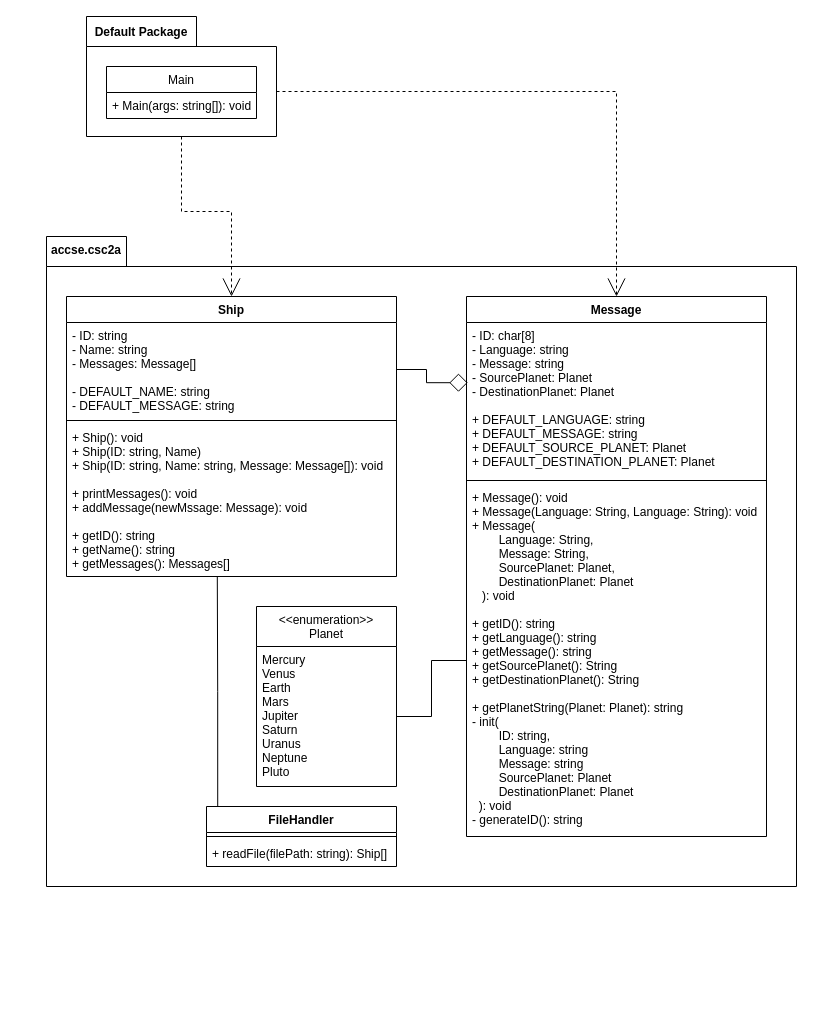
Earlier version of the draw.io diagram docs/UML.drawio (ThaBeanBoy/UJ_CSC2A_P03). Source tidied: cells renumbered, new cells numbered last; positions are measured from the earlier drawing's top-left corner, leaving out a move shared by most shapes. Both pictures are drawn from the tidied source at 100%, with x=0, y=0 at pixel (46, 16).
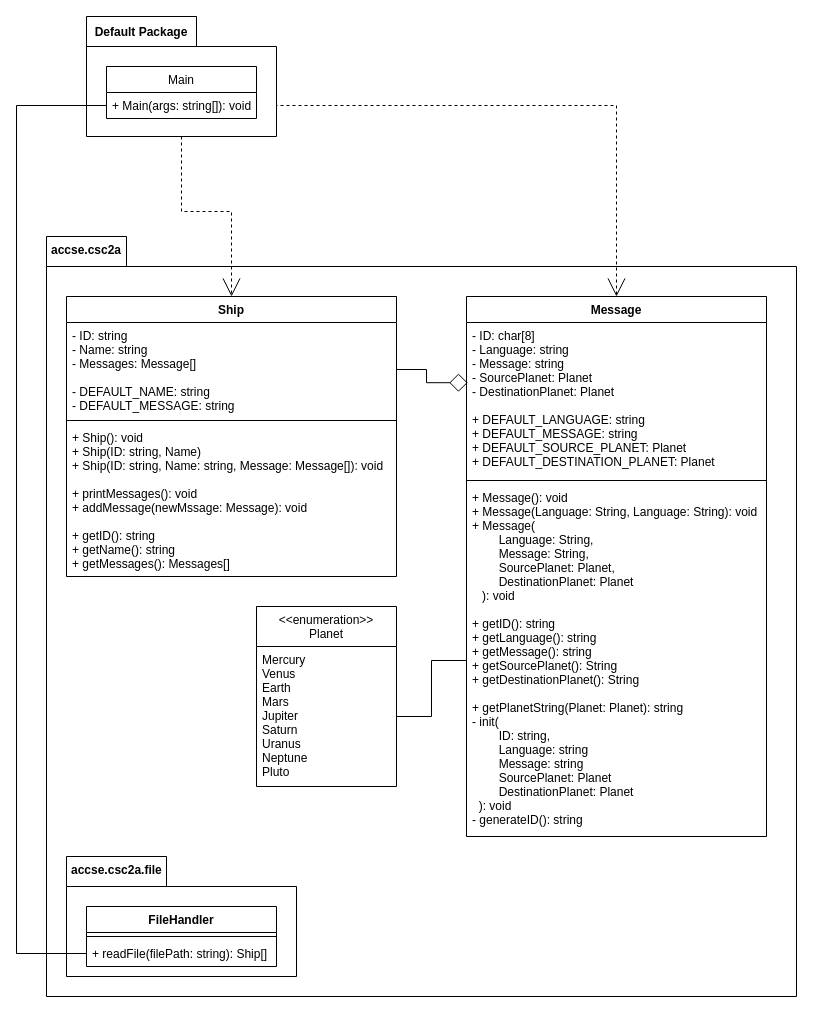
After the change.

The change refers to these unchanged cells:
```xml
<mxCell id="6" value="+ Ship(): void&#10;+ Ship(ID: string, Name)&#10;+ Ship(ID: string, Name: string, Message: Message[]): void&#10;&#10;+ printMessages(): void&#10;+ addMessage(newMssage: Message): void&#10;&#10;+ getID(): string&#10;+ getName(): string&#10;+ getMessages(): Messages[]" style="text;strokeColor=none;fillColor=none;align=left;verticalAlign=top;spacingLeft=4;spacingRight=4;overflow=hidden;points=[[0,0.5],[1,0.5]];portConstraint=eastwest;" parent="3" vertex="1">
  <mxGeometry y="128" width="330" height="152" as="geometry" />
</mxCell>
<mxCell id="8" value="Message" style="swimlane;fontStyle=1;align=center;verticalAlign=top;horizontal=1;startSize=26;" parent="1" vertex="1">
  <mxGeometry x="420" y="280" width="300" height="540" as="geometry" />
</mxCell>
<mxCell id="17" style="shape=folder;fontStyle=1;spacingTop=10;tabWidth=110;tabHeight=30;tabPosition=left;html=1;" parent="1" vertex="1">
  <mxGeometry x="40" width="190" height="120" as="geometry" />
</mxCell>
<mxCell id="21" value="+ Main(args: string[]): void" style="text;strokeColor=none;fillColor=none;align=left;verticalAlign=top;spacingLeft=4;spacingRight=4;overflow=hidden;points=[[0,0.5],[1,0.5]];portConstraint=eastwest;" parent="20" vertex="1">
  <mxGeometry y="26" width="150" height="26" as="geometry" />
</mxCell>
<mxCell id="25" value="+ readFile(filePath: string): Ship[]" style="text;strokeColor=none;fillColor=none;align=left;verticalAlign=top;spacingLeft=4;spacingRight=4;overflow=hidden;points=[[0,0.5],[1,0.5]];portConstraint=eastwest;" parent="23" vertex="1">
  <mxGeometry y="34" width="190" height="26" as="geometry" />
</mxCell>
```

What changed in the source:
```diff
@@
     <mxCell id="2" style="shape=folder;fontStyle=1;spacingTop=10;tabWidth=80;tabHeight=30;tabPosition=left;html=1;" parent="1" vertex="1">
-      <mxGeometry y="220" width="750" height="650" as="geometry" />
+      <mxGeometry y="220" width="750" height="760" as="geometry" />
     </mxCell>
@@
-    <mxCell id="16" style="edgeStyle=orthogonalEdgeStyle;rounded=0;jettySize=auto;html=1;exitX=0;exitY=0;exitDx=190;exitDy=75;exitPerimeter=0;entryX=0.5;entryY=0;entryDx=0;entryDy=0;endArrow=open;endFill=0;endSize=16;strokeWidth=1;dashed=1;" parent="1" edge="1" source="17" target="8">
+    <mxCell id="16" style="edgeStyle=orthogonalEdgeStyle;rounded=0;jettySize=auto;html=1;exitX=1;exitY=0.5;exitDx=0;exitDy=0;entryX=0.5;entryY=0;entryDx=0;entryDy=0;endArrow=open;endFill=0;endSize=16;strokeWidth=1;dashed=1;" parent="1" edge="1" source="21" target="8">
       <mxGeometry relative="1" as="geometry" />
     </mxCell>
@@
-    <mxCell id="22" style="edgeStyle=orthogonalEdgeStyle;rounded=0;jettySize=auto;html=1;exitX=0.059;exitY=-0.002;exitDx=0;exitDy=0;entryX=0.457;entryY=1.001;entryDx=0;entryDy=0;entryPerimeter=0;exitPerimeter=0;endArrow=none;endFill=0;" parent="1" edge="1" source="23" target="6">
-      <mxGeometry relative="1" as="geometry" />
-    </mxCell>
+    <mxCell id="26" style="shape=folder;fontStyle=1;spacingTop=10;tabWidth=100;tabHeight=30;tabPosition=left;html=1;" parent="1" vertex="1">
+      <mxGeometry x="20" y="840" width="230" height="120" as="geometry" />
+    </mxCell>
     <mxCell id="23" value="FileHandler" style="swimlane;fontStyle=1;align=center;verticalAlign=top;horizontal=1;startSize=26;" parent="1" vertex="1">
-      <mxGeometry x="160" y="790" width="190" height="60" as="geometry" />
+      <mxGeometry x="40" y="890" width="190" height="60" as="geometry" />
     </mxCell>
@@
+    <mxCell id="27" value="accse.csc2a.file" style="text;align=left;fontStyle=1;verticalAlign=middle;spacingLeft=3;spacingRight=3;strokeColor=none;" parent="1" vertex="1">
+      <mxGeometry x="20" y="840" width="80" height="26" as="geometry" />
+    </mxCell>
+    <mxCell id="28" style="edgeStyle=orthogonalEdgeStyle;rounded=0;jettySize=auto;html=1;exitX=0;exitY=0.5;exitDx=0;exitDy=0;entryX=0;entryY=0.5;entryDx=0;entryDy=0;endArrow=none;endFill=0;" parent="1" edge="1" source="25" target="21">
+      <mxGeometry relative="1" as="geometry">
+        <Array as="points">
+          <mxPoint x="-30" y="937" />
+          <mxPoint x="-30" y="89" />
+        </Array>
+      </mxGeometry>
+    </mxCell>
```
